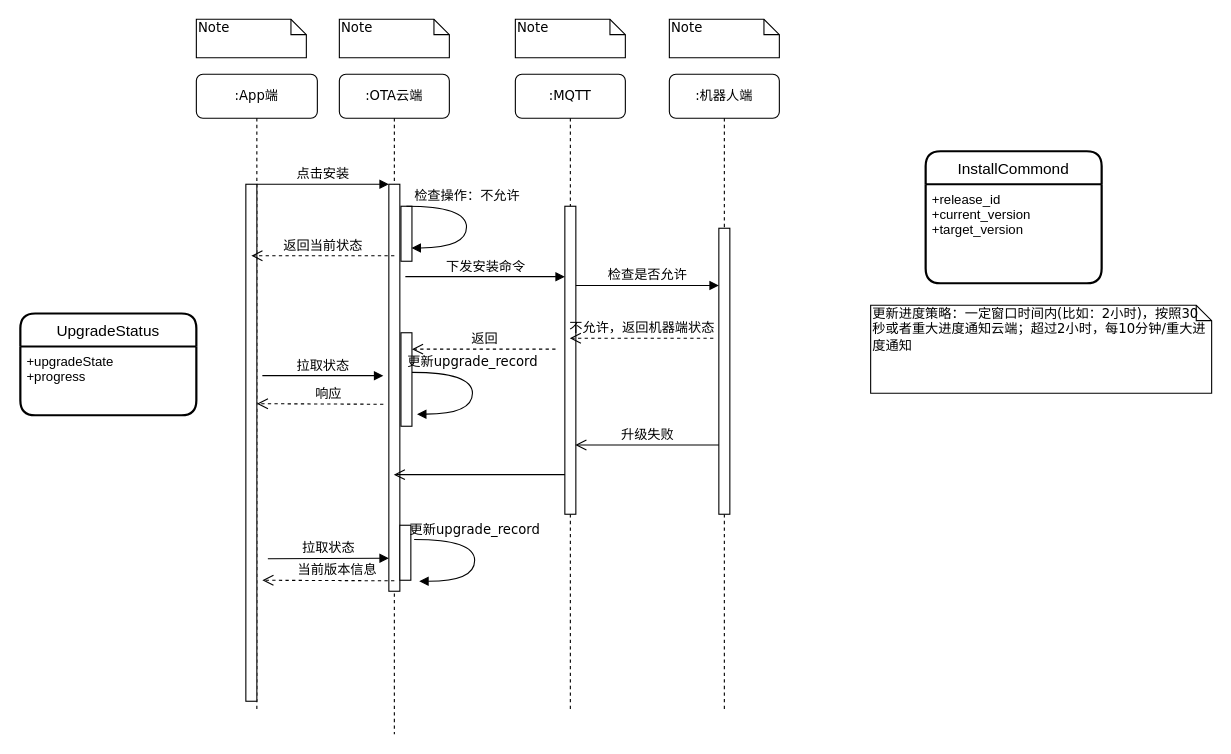
feihu618/drawio keeps this draw.io diagram as craft/ex upgrade_flow.drawio. Above is the earlier version. Source tidied: cells renumbered, new cells numbered last; positions are measured from the earlier drawing's top-left corner, leaving out a move shared by most shapes. Both pictures are drawn from the tidied source at 110%, with x=0, y=0 at pixel (20, 19).
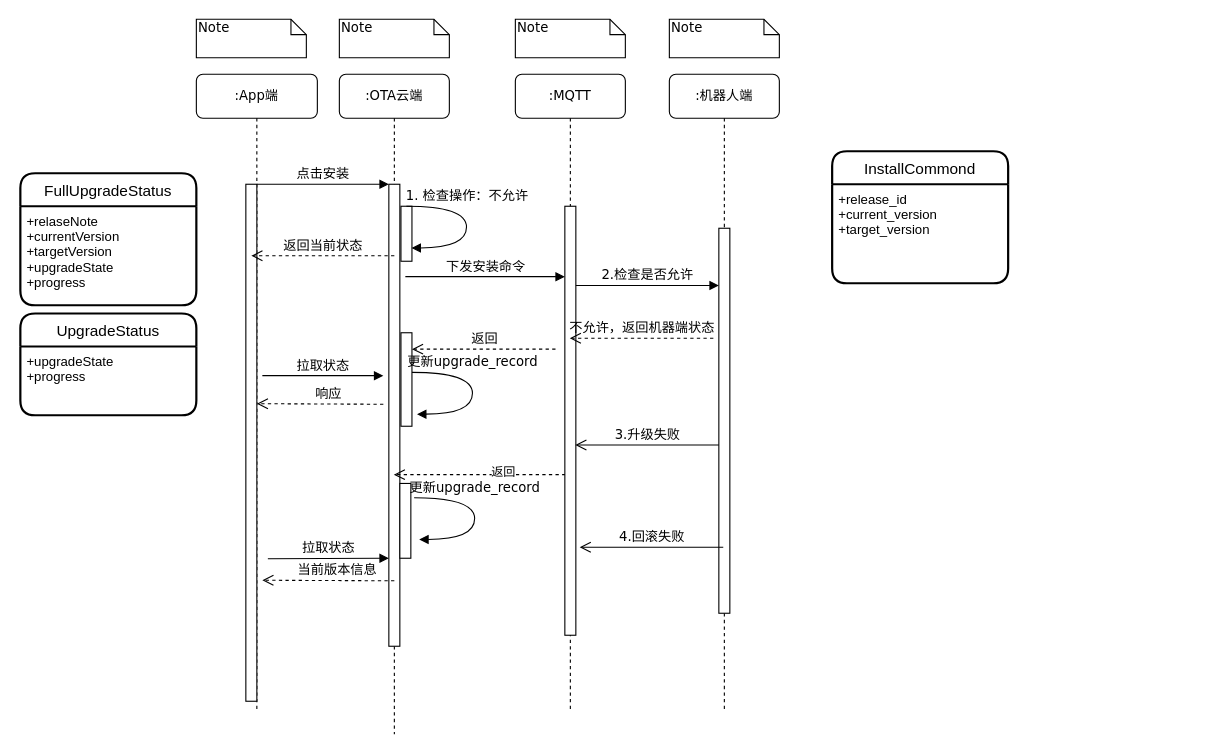
Above is the later version.

The change refers to these unchanged cells:
```xml
<mxCell id="2" value=":OTA云端" style="shape=umlLifeline;perimeter=lifelinePerimeter;whiteSpace=wrap;html=1;outlineConnect=0;rounded=1;shadow=0;comic=0;labelBackgroundColor=none;strokeWidth=1;fontFamily=Verdana;fontSize=12;align=center;" parent="1" vertex="1">
  <mxGeometry x="290" y="50" width="100" height="600" as="geometry" />
</mxCell>
<mxCell id="8" value=":MQTT" style="shape=umlLifeline;perimeter=lifelinePerimeter;whiteSpace=wrap;html=1;rounded=1;shadow=0;comic=0;labelBackgroundColor=none;strokeWidth=1;fontFamily=Verdana;fontSize=12;align=center;" parent="1" vertex="1">
  <mxGeometry x="450" y="50" width="100" height="580" as="geometry" />
</mxCell>
```

The edit, as a diff of the source:
```diff
@@
     <mxCell id="3" style="html=1;points=[];perimeter=orthogonalPerimeter;rounded=0;shadow=0;comic=0;labelBackgroundColor=none;strokeWidth=1;fontFamily=Verdana;fontSize=12;align=center;" parent="2" vertex="1">
-      <mxGeometry x="45" y="100" width="10" height="370" as="geometry" />
+      <mxGeometry x="45" y="100" width="10" height="420" as="geometry" />
     </mxCell>
     <mxCell id="4" style="html=1;perimeter=orthogonalPerimeter;rounded=0;shadow=0;comic=0;labelBackgroundColor=none;strokeWidth=1;fontFamily=Verdana;fontSize=12;align=center;" parent="2" vertex="1">
-      <mxGeometry x="55" y="410" width="10" height="50" as="geometry" />
+      <mxGeometry x="55" y="372" width="10" height="68" as="geometry" />
     </mxCell>
@@
-    <mxCell id="7" style="html=1;verticalAlign=bottom;endArrow=open;endSize=8;labelBackgroundColor=none;fontFamily=Verdana;fontSize=12;" parent="2" edge="1" target="2">
+    <mxCell id="7" style="html=1;verticalAlign=bottom;endArrow=open;endSize=8;labelBackgroundColor=none;fontFamily=Verdana;fontSize=12;dashed=1;" parent="2" edge="1" target="2">
       <mxGeometry relative="1" as="geometry">
         <mxPoint x="205.5" y="364" as="sourcePoint" />
       </mxGeometry>
     </mxCell>
+    <mxCell id="38" value="返回" style="edgeLabel;html=1;align=center;verticalAlign=middle;" parent="7" vertex="1">
+      <mxGeometry x="-0.26" y="-3" relative="1" as="geometry">
+        <mxPoint x="1" as="offset" />
+      </mxGeometry>
+    </mxCell>
@@
     <mxCell id="9" style="html=1;perimeter=orthogonalPerimeter;rounded=0;shadow=0;comic=0;labelBackgroundColor=none;strokeWidth=1;fontFamily=Verdana;fontSize=12;align=center;" parent="8" vertex="1">
-      <mxGeometry x="45" y="120" width="10" height="280" as="geometry" />
+      <mxGeometry x="45" y="120" width="10" height="390" as="geometry" />
     </mxCell>
@@
     <mxCell id="14" style="html=1;perimeter=orthogonalPerimeter;rounded=0;shadow=0;comic=0;labelBackgroundColor=none;strokeWidth=1;fontFamily=Verdana;fontSize=12;align=center;" parent="1" vertex="1">
-      <mxGeometry x="635" y="190" width="10" height="260" as="geometry" />
+      <mxGeometry x="635" y="190" width="10" height="350" as="geometry" />
     </mxCell>
-    <mxCell id="15" value="检查是否允许" style="html=1;verticalAlign=bottom;endArrow=block;labelBackgroundColor=none;fontFamily=Verdana;fontSize=12;edgeStyle=elbowEdgeStyle;elbow=vertical;" parent="1" edge="1">
+    <mxCell id="15" value="2.检查是否允许" style="html=1;verticalAlign=bottom;endArrow=block;labelBackgroundColor=none;fontFamily=Verdana;fontSize=12;edgeStyle=elbowEdgeStyle;elbow=vertical;" parent="1" edge="1">
       <mxGeometry relative="1" as="geometry">
         <mxPoint x="505" y="242" as="sourcePoint" />
         <mxPoint x="635" y="242" as="targetPoint" />
         <Array as="points">
           <mxPoint x="510" y="242" />
         </Array>
       </mxGeometry>
     </mxCell>
@@
-    <mxCell id="23" value="检查操作：不允许" style="html=1;verticalAlign=bottom;endArrow=block;labelBackgroundColor=none;fontFamily=Verdana;fontSize=12;elbow=vertical;edgeStyle=orthogonalEdgeStyle;curved=1;entryX=1;entryY=0.286;entryPerimeter=0;exitX=1.038;exitY=0.345;exitPerimeter=0;" parent="1" edge="1">
+    <mxCell id="23" value="1. 检查操作：不允许" style="html=1;verticalAlign=bottom;endArrow=block;labelBackgroundColor=none;fontFamily=Verdana;fontSize=12;elbow=vertical;edgeStyle=orthogonalEdgeStyle;curved=1;entryX=1;entryY=0.286;entryPerimeter=0;exitX=1.038;exitY=0.345;exitPerimeter=0;" parent="1" edge="1">
       <mxGeometry x="-0.23" relative="1" as="geometry">
         <mxPoint x="351" y="170" as="sourcePoint" />
         <mxPoint x="355.6" y="207.9" as="targetPoint" />
         <Array as="points">
           <mxPoint x="405.6" y="169.9" />
           <mxPoint x="405.6" y="207.9" />
         </Array>
       </mxGeometry>
     </mxCell>
@@
-    <mxCell id="25" value="更新进度策略：一定窗口时间内(比如：2小时)，按照30秒或者重大进度通知云端；超过2小时，每10分钟/重大进度通知" style="shape=note;whiteSpace=wrap;html=1;size=14;verticalAlign=top;align=left;spacingTop=-6;rounded=0;shadow=0;comic=0;labelBackgroundColor=none;strokeWidth=1;fontFamily=Verdana;fontSize=12;" parent="1" vertex="1">
-      <mxGeometry x="773" y="260" width="310" height="80" as="geometry" />
-    </mxCell>
@@
-    <mxCell id="28" value="升级失败" style="html=1;verticalAlign=bottom;endArrow=open;endSize=8;labelBackgroundColor=none;fontFamily=Verdana;fontSize=12;" parent="1" edge="1">
+    <mxCell id="28" value="3.升级失败" style="html=1;verticalAlign=bottom;endArrow=open;endSize=8;labelBackgroundColor=none;fontFamily=Verdana;fontSize=12;" parent="1" edge="1">
       <mxGeometry relative="1" as="geometry">
         <mxPoint x="635" y="387" as="sourcePoint" />
         <mxPoint x="504.5" y="387" as="targetPoint" />
       </mxGeometry>
     </mxCell>
@@
     <mxCell id="30" value="更新upgrade_record" style="html=1;verticalAlign=bottom;endArrow=block;labelBackgroundColor=none;fontFamily=Verdana;fontSize=12;elbow=vertical;edgeStyle=orthogonalEdgeStyle;curved=1;entryX=1;entryY=0.286;entryPerimeter=0;exitX=1.038;exitY=0.345;exitPerimeter=0;" parent="1" edge="1">
       <mxGeometry x="-0.23" relative="1" as="geometry">
-        <mxPoint x="358" y="473" as="sourcePoint" />
-        <mxPoint x="362.6" y="510.9" as="targetPoint" />
+        <mxPoint x="358" y="435" as="sourcePoint" />
+        <mxPoint x="362.6" y="472.9" as="targetPoint" />
         <Array as="points">
+          <mxPoint x="413" y="435" />
           <mxPoint x="413" y="473" />
-          <mxPoint x="413" y="511" />
         </Array>
       </mxGeometry>
     </mxCell>
     <mxCell id="31" value="InstallCommond" style="swimlane;horizontal=1;startSize=30;rounded=1;fontSize=14;fontStyle=0;strokeWidth=2;shadow=0;dashed=0;align=center;" parent="1" vertex="1">
-      <mxGeometry x="823" y="120" width="160" height="120" as="geometry" />
+      <mxGeometry x="738" y="120" width="160" height="120" as="geometry" />
     </mxCell>
@@
+    <mxCell id="39" value="FullUpgradeStatus" style="swimlane;horizontal=1;startSize=30;rounded=1;fontSize=14;fontStyle=0;strokeWidth=2;shadow=0;dashed=0;align=center;" parent="1" vertex="1">
+      <mxGeometry y="140" width="160" height="120" as="geometry" />
+    </mxCell>
+    <mxCell id="40" value="+relaseNote&#10;+currentVersion&#10;+targetVersion&#10;+upgradeState&#10;+progress" style="align=left;strokeColor=none;fillColor=none;spacingLeft=4;fontSize=12;verticalAlign=top;" parent="39" vertex="1">
+      <mxGeometry y="30" width="160" height="90" as="geometry" />
+    </mxCell>
+    <mxCell id="41" value="4.回滚失败" style="html=1;verticalAlign=bottom;endArrow=open;endSize=8;labelBackgroundColor=none;fontFamily=Verdana;fontSize=12;" parent="1" edge="1">
+      <mxGeometry relative="1" as="geometry">
+        <mxPoint x="639" y="480" as="sourcePoint" />
+        <mxPoint x="508.5" y="480" as="targetPoint" />
+      </mxGeometry>
+    </mxCell>
```
